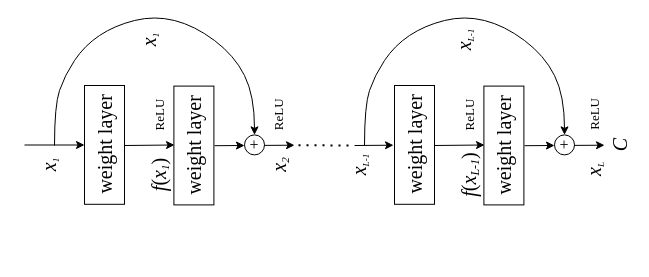
zjie134/blog_pic keeps this draw.io diagram as resnet堆叠.drawio. Above is the earlier version. Source tidied: cells renumbered, new cells numbered last; positions are measured from the earlier drawing's top-left corner, leaving out a move shared by most shapes. Both pictures are drawn from the tidied source at 100%, with x=0, y=0 at pixel (24, 15).
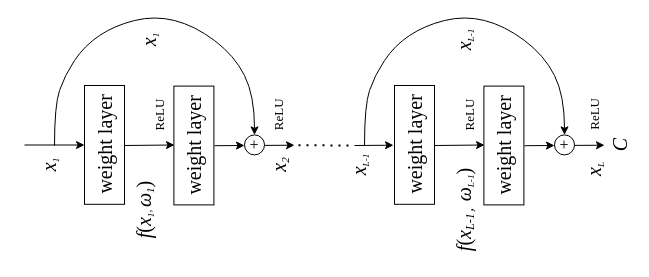
The same page after the edit.

Change to the diagram source:
```diff
@@
-    <mxCell id="6" value="&lt;font face=&quot;Times New Roman&quot;&gt;&lt;font style=&quot;font-size: 20px ; font-style: italic&quot;&gt;f&lt;/font&gt;&lt;span style=&quot;font-size: 20px&quot;&gt;(&lt;/span&gt;&lt;font&gt;&lt;i&gt;&lt;span style=&quot;font-size: 20px&quot;&gt;x&lt;/span&gt;&lt;sub&gt;&lt;font style=&quot;font-size: 11px&quot;&gt;1&lt;/font&gt;&lt;/sub&gt;&lt;/i&gt;&lt;/font&gt;&lt;span style=&quot;font-size: 20px&quot;&gt;)&lt;/span&gt;&lt;/font&gt;" style="text;html=1;align=center;verticalAlign=middle;fillColor=none;strokeColor=none;rounded=0;rotation=-90;" parent="1" vertex="1">
-      <mxGeometry x="110" y="145" width="50" height="30" as="geometry" />
+    <mxCell id="6" value="&lt;font face=&quot;Times New Roman&quot;&gt;&lt;font style=&quot;font-size: 20px ; font-style: italic&quot;&gt;f&lt;/font&gt;&lt;span style=&quot;font-size: 20px&quot;&gt;(&lt;/span&gt;&lt;font&gt;&lt;i&gt;&lt;span style=&quot;font-size: 20px&quot;&gt;x&lt;/span&gt;&lt;font style=&quot;font-size: 11px&quot;&gt;&lt;sub&gt;1&lt;/sub&gt;,&amp;nbsp;&lt;/font&gt;&lt;font&gt;&lt;span style=&quot;font-size: 20px&quot;&gt;ω&lt;/span&gt;&lt;sub&gt;&lt;font style=&quot;font-size: 11px&quot;&gt;1&lt;/font&gt;&lt;/sub&gt;&lt;/font&gt;&lt;/i&gt;&lt;/font&gt;&lt;span style=&quot;font-size: 20px&quot;&gt;)&lt;/span&gt;&lt;/font&gt;" style="text;html=1;align=center;verticalAlign=middle;fillColor=none;strokeColor=none;rounded=0;rotation=-90;" parent="1" vertex="1">
+      <mxGeometry x="80" y="180" width="80" height="30" as="geometry" />
     </mxCell>
@@
-    <mxCell id="18" value="&lt;font face=&quot;Times New Roman&quot;&gt;&lt;font style=&quot;font-size: 20px ; font-style: italic&quot;&gt;f&lt;/font&gt;&lt;span style=&quot;font-size: 20px&quot;&gt;(&lt;/span&gt;&lt;font&gt;&lt;i&gt;&lt;span style=&quot;font-size: 20px&quot;&gt;x&lt;/span&gt;&lt;sub&gt;&lt;font style=&quot;font-size: 12px&quot;&gt;L-1&lt;/font&gt;&lt;/sub&gt;&lt;/i&gt;&lt;/font&gt;&lt;span style=&quot;font-size: 20px&quot;&gt;)&lt;/span&gt;&lt;/font&gt;" style="text;html=1;align=center;verticalAlign=middle;fillColor=none;strokeColor=none;rounded=0;rotation=-90;" parent="1" vertex="1">
-      <mxGeometry x="415" y="145" width="60" height="30" as="geometry" />
+    <mxCell id="18" value="&lt;font face=&quot;Times New Roman&quot;&gt;&lt;font style=&quot;font-size: 20px ; font-style: italic&quot;&gt;f&lt;/font&gt;&lt;span style=&quot;font-size: 20px&quot;&gt;(&lt;/span&gt;&lt;font&gt;&lt;i&gt;&lt;span style=&quot;font-size: 20px&quot;&gt;x&lt;/span&gt;&lt;sub&gt;&lt;font style=&quot;font-size: 12px&quot;&gt;L-1，&lt;/font&gt;&lt;/sub&gt;&lt;/i&gt;&lt;/font&gt;&lt;/font&gt;&lt;i style=&quot;font-family: &amp;#34;times new roman&amp;#34;&quot;&gt;&lt;span style=&quot;font-size: 20px&quot;&gt;ω&lt;/span&gt;&lt;span style=&quot;font-size: 11px&quot;&gt;&lt;sub&gt;L-1&lt;/sub&gt;&lt;/span&gt;&lt;/i&gt;&lt;font face=&quot;Times New Roman&quot;&gt;&lt;span style=&quot;font-size: 20px&quot;&gt;)&lt;/span&gt;&lt;/font&gt;" style="text;html=1;align=center;verticalAlign=middle;fillColor=none;strokeColor=none;rounded=0;rotation=-90;" parent="1" vertex="1">
+      <mxGeometry x="390" y="180" width="100" height="30" as="geometry" />
     </mxCell>
```
